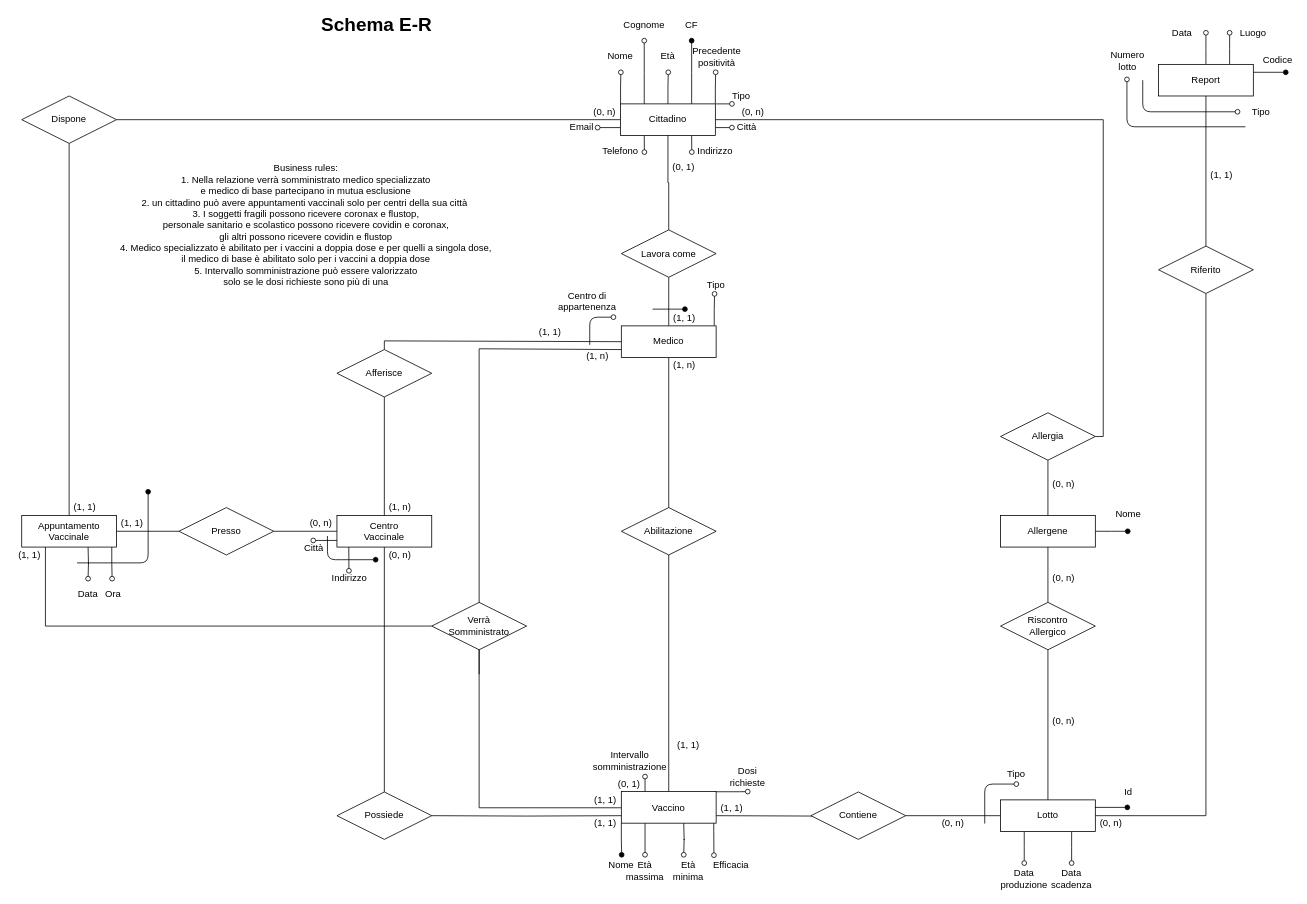
Above: page "E/R ristrutturato" (3 of 8) of ER.drawio in TheFlonet/DB (draw.io), before the change. Source tidied: cells renumbered, new cells numbered last; positions are measured from the earlier drawing's top-left corner, leaving out a move shared by most shapes. Both pictures are drawn from the tidied source at 79%, with x=0, y=0 at pixel (13, 17).
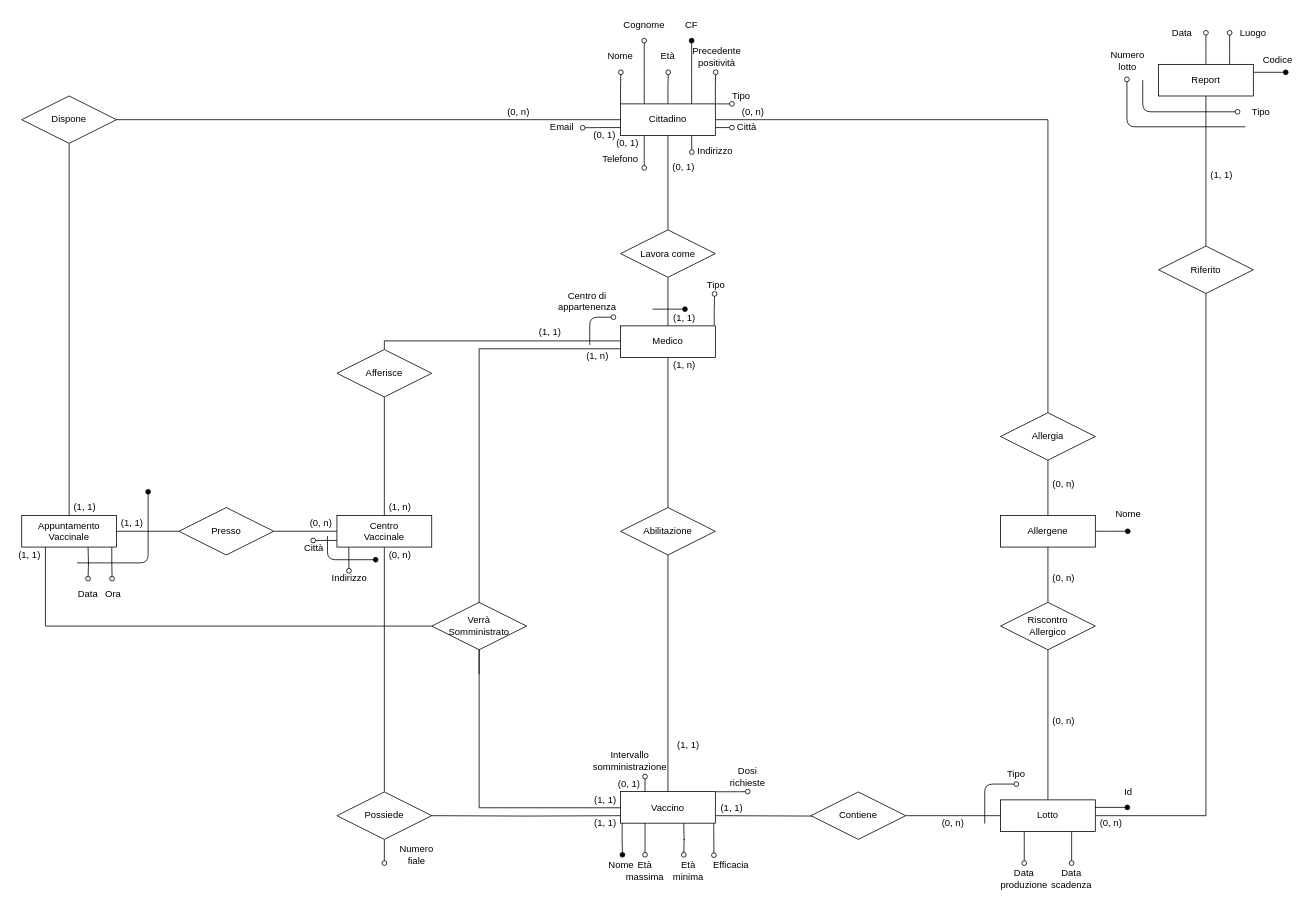
The same page after the edit.

Unchanged cells that the change refers to:
```xml
<mxCell id="13" value="Cittadino" style="whiteSpace=wrap;html=1;align=center;" parent="1" vertex="1">
  <mxGeometry x="768" y="110" width="120" height="40" as="geometry" />
</mxCell>
<mxCell id="20" value="Possiede" style="shape=rhombus;perimeter=rhombusPerimeter;whiteSpace=wrap;html=1;align=center;" parent="1" vertex="1">
  <mxGeometry x="409" y="981" width="120" height="60" as="geometry" />
</mxCell>
<mxCell id="52" value="Allergia" style="shape=rhombus;perimeter=rhombusPerimeter;whiteSpace=wrap;html=1;align=center;" parent="1" vertex="1">
  <mxGeometry x="1249" y="501" width="120" height="60" as="geometry" />
</mxCell>
```

The edit, as a diff of the source:
```diff
@@
-    <mxCell id="7" style="edgeStyle=orthogonalEdgeStyle;rounded=0;jettySize=auto;html=1;exitX=0;exitY=0.75;exitDx=0;exitDy=0;endArrow=oval;endFill=0;" parent="1" edge="1" source="13">
-      <mxGeometry relative="1" as="geometry">
-        <mxPoint x="739" y="140.2" as="targetPoint" />
-      </mxGeometry>
+    <mxCell id="7" style="edgeStyle=orthogonalEdgeStyle;rounded=0;jettySize=auto;html=1;exitX=0;exitY=0.75;exitDx=0;exitDy=0;endArrow=oval;endFill=0;entryX=1.15;entryY=0.51;entryDx=0;entryDy=0;entryPerimeter=0;" parent="1" edge="1" source="13" target="96">
+      <mxGeometry relative="1" as="geometry" />
     </mxCell>
@@
     <mxCell id="9" style="edgeStyle=orthogonalEdgeStyle;rounded=0;jettySize=auto;html=1;exitX=0.25;exitY=1;exitDx=0;exitDy=0;endArrow=oval;endFill=0;" parent="1" edge="1" source="13">
       <mxGeometry relative="1" as="geometry">
-        <mxPoint x="798.2" y="171" as="targetPoint" />
+        <mxPoint x="798" y="191" as="targetPoint" />
       </mxGeometry>
     </mxCell>
@@
+    <mxCell id="139" style="edgeStyle=orthogonalEdgeStyle;rounded=0;jettySize=auto;html=1;exitX=0.5;exitY=1;exitDx=0;exitDy=0;endArrow=oval;endFill=0;" parent="1" edge="1" source="20">
+      <mxGeometry relative="1" as="geometry">
+        <mxPoint x="469" y="1071" as="targetPoint" />
+      </mxGeometry>
+    </mxCell>
@@
-    <mxCell id="51" style="edgeStyle=orthogonalEdgeStyle;rounded=0;jettySize=auto;html=1;exitX=1;exitY=0.5;exitDx=0;exitDy=0;entryX=1;entryY=0.5;entryDx=0;entryDy=0;startArrow=none;startFill=0;endArrow=none;endFill=0;" parent="1" edge="1" source="52" target="13">
+    <mxCell id="51" style="edgeStyle=orthogonalEdgeStyle;rounded=0;jettySize=auto;html=1;exitX=0.5;exitY=0;exitDx=0;exitDy=0;entryX=1;entryY=0.5;entryDx=0;entryDy=0;startArrow=none;startFill=0;endArrow=none;endFill=0;" parent="1" edge="1" source="52" target="13">
       <mxGeometry relative="1" as="geometry">
         <Array as="points">
-          <mxPoint x="1379" y="531" />
-          <mxPoint x="1379" y="130" />
+          <mxPoint x="1309" y="130" />
         </Array>
       </mxGeometry>
     </mxCell>
@@
-    <mxCell id="75" style="edgeStyle=orthogonalEdgeStyle;rounded=0;jettySize=auto;html=1;exitX=1;exitY=0;exitDx=0;exitDy=0;startArrow=none;startFill=0;endArrow=oval;endFill=0;" parent="1" edge="1" source="76">
+    <mxCell id="75" style="edgeStyle=orthogonalEdgeStyle;rounded=0;jettySize=auto;html=1;exitX=0;exitY=0;exitDx=0;exitDy=0;startArrow=none;startFill=0;endArrow=oval;endFill=0;" parent="1" edge="1" source="13">
       <mxGeometry relative="1" as="geometry">
         <mxPoint x="768.4" y="70" as="targetPoint" />
       </mxGeometry>
     </mxCell>
     <mxCell id="76" value="(0, n)" style="text;html=1;strokeColor=none;fillColor=none;align=center;verticalAlign=middle;whiteSpace=wrap;rounded=0;" parent="1" vertex="1">
-      <mxGeometry x="728" y="110" width="40" height="20" as="geometry" />
+      <mxGeometry x="619" y="110" width="40" height="20" as="geometry" />
     </mxCell>
@@
     <mxCell id="96" value="Email" style="text;html=1;strokeColor=none;fillColor=none;align=center;verticalAlign=middle;whiteSpace=wrap;rounded=0;" parent="1" vertex="1">
-      <mxGeometry x="699" y="130" width="40" height="20" as="geometry" />
+      <mxGeometry x="674" y="130" width="40" height="20" as="geometry" />
     </mxCell>
     <mxCell id="97" value="Telefono" style="text;html=1;strokeColor=none;fillColor=none;align=center;verticalAlign=middle;whiteSpace=wrap;rounded=0;" parent="1" vertex="1">
-      <mxGeometry x="748" y="160" width="40" height="20" as="geometry" />
+      <mxGeometry x="748" y="170" width="40" height="20" as="geometry" />
     </mxCell>
@@
-    <mxCell id="100" value="Business rules:&lt;br&gt;1. Nella relazione verrà somministrato medico specializzato &lt;br&gt;e medico di base partecipano in mutua esclusione&lt;br&gt;2. un cittadino può avere appuntamenti vaccinali solo per centri della sua città&amp;nbsp;&lt;br&gt;3. I soggetti fragili possono ricevere coronax e flustop, &lt;br&gt;personale sanitario e scolastico possono ricevere covidin e coronax, &lt;br&gt;gli altri possono ricevere covidin e flustop&lt;br&gt;4. Medico specializzato è abilitato per i vaccini a doppia dose e per quelli a singola dose, &lt;br&gt;il medico di base è abilitato solo per i vaccini a doppia dose&lt;br&gt;5. Intervallo somministrazione può essere valorizzato &lt;br&gt;solo se le dosi richieste sono più di una" style="text;html=1;strokeColor=none;fillColor=none;align=center;verticalAlign=middle;whiteSpace=wrap;rounded=0;" parent="1" vertex="1">
-      <mxGeometry x="130" y="198.5" width="480" height="131" as="geometry" />
-    </mxCell>
@@
     <mxCell id="104" value="Abilitazione" style="shape=rhombus;perimeter=rhombusPerimeter;whiteSpace=wrap;html=1;align=center;" parent="1" vertex="1">
-      <mxGeometry x="769" y="621" width="120" height="60" as="geometry" />
+      <mxGeometry x="768" y="621" width="120" height="60" as="geometry" />
     </mxCell>
-    <mxCell id="105" value="&lt;font style=&quot;font-size: 24px&quot;&gt;&lt;b&gt;Schema E-R&lt;/b&gt;&lt;/font&gt;" style="text;html=1;strokeColor=none;fillColor=none;align=center;verticalAlign=middle;whiteSpace=wrap;rounded=0;" parent="1" vertex="1">
-      <mxGeometry x="369" width="181" height="20" as="geometry" />
-    </mxCell>
@@
     <mxCell id="115" value="Medico" style="whiteSpace=wrap;html=1;align=center;" parent="1" vertex="1">
-      <mxGeometry x="769" y="391" width="120" height="40" as="geometry" />
+      <mxGeometry x="768" y="391" width="120" height="40" as="geometry" />
     </mxCell>
@@
     <mxCell id="119" value="Lavora come" style="shape=rhombus;perimeter=rhombusPerimeter;whiteSpace=wrap;html=1;align=center;" parent="1" vertex="1">
-      <mxGeometry x="769" y="269.5" width="120" height="60" as="geometry" />
+      <mxGeometry x="768" y="269.5" width="120" height="60" as="geometry" />
     </mxCell>
@@
-    <mxCell id="123" style="edgeStyle=orthogonalEdgeStyle;rounded=0;jettySize=auto;html=1;exitX=0.25;exitY=1;exitDx=0;exitDy=0;endArrow=oval;endFill=0;" parent="1" edge="1" source="128">
+    <mxCell id="123" style="edgeStyle=orthogonalEdgeStyle;rounded=0;jettySize=auto;html=1;endArrow=oval;endFill=0;exitX=0.25;exitY=1;exitDx=0;exitDy=0;" parent="1" edge="1" source="128">
       <mxGeometry relative="1" as="geometry">
         <mxPoint x="799" y="1060.5" as="targetPoint" />
+        <Array as="points">
+          <mxPoint x="799" y="1021" />
+        </Array>
       </mxGeometry>
     </mxCell>
@@
-    <mxCell id="125" style="edgeStyle=orthogonalEdgeStyle;rounded=0;jettySize=auto;html=1;exitX=0;exitY=1;exitDx=0;exitDy=0;endArrow=oval;endFill=1;" parent="1" edge="1" source="128">
+    <mxCell id="125" style="edgeStyle=orthogonalEdgeStyle;rounded=0;jettySize=auto;html=1;endArrow=oval;endFill=1;exitX=0.017;exitY=0.993;exitDx=0;exitDy=0;exitPerimeter=0;" parent="1" edge="1" source="128">
       <mxGeometry relative="1" as="geometry">
-        <mxPoint x="769.4" y="1060.5" as="targetPoint" />
+        <mxPoint x="770.4" y="1060.5" as="targetPoint" />
+        <Array as="points">
+          <mxPoint x="770" y="1041" />
+          <mxPoint x="770" y="1041" />
+        </Array>
       </mxGeometry>
     </mxCell>
@@
     <mxCell id="128" value="Vaccino" style="whiteSpace=wrap;html=1;align=center;" parent="1" vertex="1">
-      <mxGeometry x="769" y="980.5" width="120" height="40" as="geometry" />
+      <mxGeometry x="768" y="980.5" width="120" height="40" as="geometry" />
     </mxCell>
@@
+    <mxCell id="140" value="(0, 1)" style="text;html=1;strokeColor=none;fillColor=none;align=center;verticalAlign=middle;whiteSpace=wrap;rounded=0;" parent="1" vertex="1">
+      <mxGeometry x="728" y="140" width="40" height="20" as="geometry" />
+    </mxCell>
+    <mxCell id="141" value="(0, 1)" style="text;html=1;strokeColor=none;fillColor=none;align=center;verticalAlign=middle;whiteSpace=wrap;rounded=0;" parent="1" vertex="1">
+      <mxGeometry x="757" y="150" width="40" height="20" as="geometry" />
+    </mxCell>
+    <mxCell id="142" value="Numero fiale" style="text;html=1;strokeColor=none;fillColor=none;align=center;verticalAlign=middle;whiteSpace=wrap;rounded=0;" parent="1" vertex="1">
+      <mxGeometry x="490" y="1051" width="40" height="20" as="geometry" />
+    </mxCell>
```
